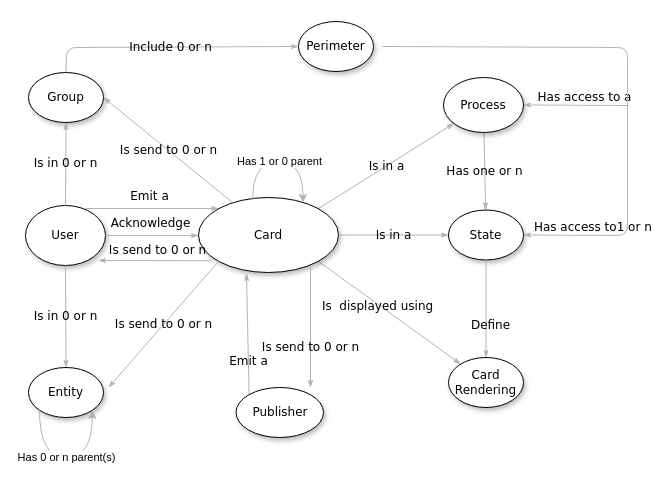
opfab/operatorfabric-core keeps this draw.io diagram as src/docs/asciidoc/images/BusinessObjects.drawio. Above is the earlier version. Source tidied: cells renumbered, new cells numbered last; positions are measured from the earlier drawing's top-left corner, leaving out a move shared by most shapes. Both pictures are drawn from the tidied source at 100%, with x=0, y=0 at pixel (25, 21).
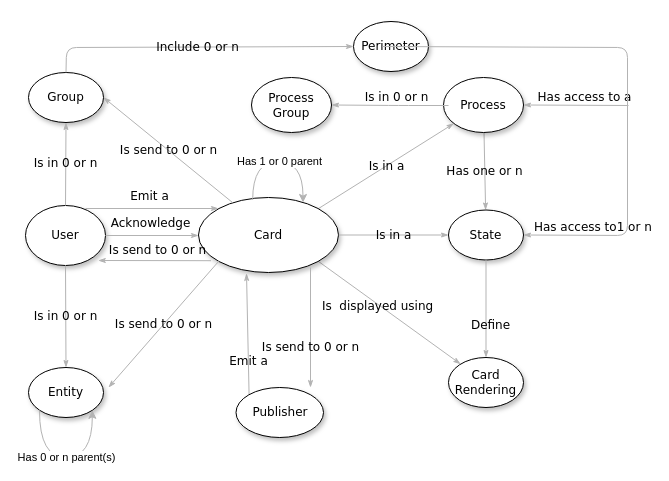
The same diagram, later.

Commit message (it also covers changes not shown here):
Update architecture documentation with external devices and process groups (#2334)

Diff of the diagram source:
```diff
@@
     <mxCell id="24" value="Perimeter" style="ellipse;whiteSpace=wrap;html=1;rounded=0;shadow=1;comic=0;labelBackgroundColor=none;strokeWidth=1;fontFamily=Verdana;fontSize=12;align=center;" parent="1" vertex="1">
-      <mxGeometry x="273" width="75" height="50" as="geometry" />
+      <mxGeometry x="328" width="75" height="50" as="geometry" />
     </mxCell>
@@
+    <mxCell id="31" value="Process Group" style="ellipse;whiteSpace=wrap;html=1;rounded=0;shadow=1;comic=0;labelBackgroundColor=none;strokeWidth=1;fontFamily=Verdana;fontSize=12;align=center;" parent="1" vertex="1">
+      <mxGeometry x="226" y="56" width="80" height="55" as="geometry" />
+    </mxCell>
+    <mxCell id="32" value="Is in 0 or n " style="edgeStyle=none;rounded=1;html=1;labelBackgroundColor=none;startArrow=none;startFill=0;startSize=5;endArrow=classicThin;endFill=1;endSize=5;jettySize=auto;strokeColor=#B3B3B3;strokeWidth=1;fontFamily=Verdana;fontSize=12;entryX=1;entryY=0.5;entryDx=0;entryDy=0;" parent="1" edge="1" target="31">
+      <mxGeometry x="-0.11" y="-8" relative="1" as="geometry">
+        <mxPoint x="423" y="84" as="sourcePoint" />
+        <Array as="points">
+          <mxPoint x="373" y="84" />
+        </Array>
+      </mxGeometry>
+    </mxCell>
```
